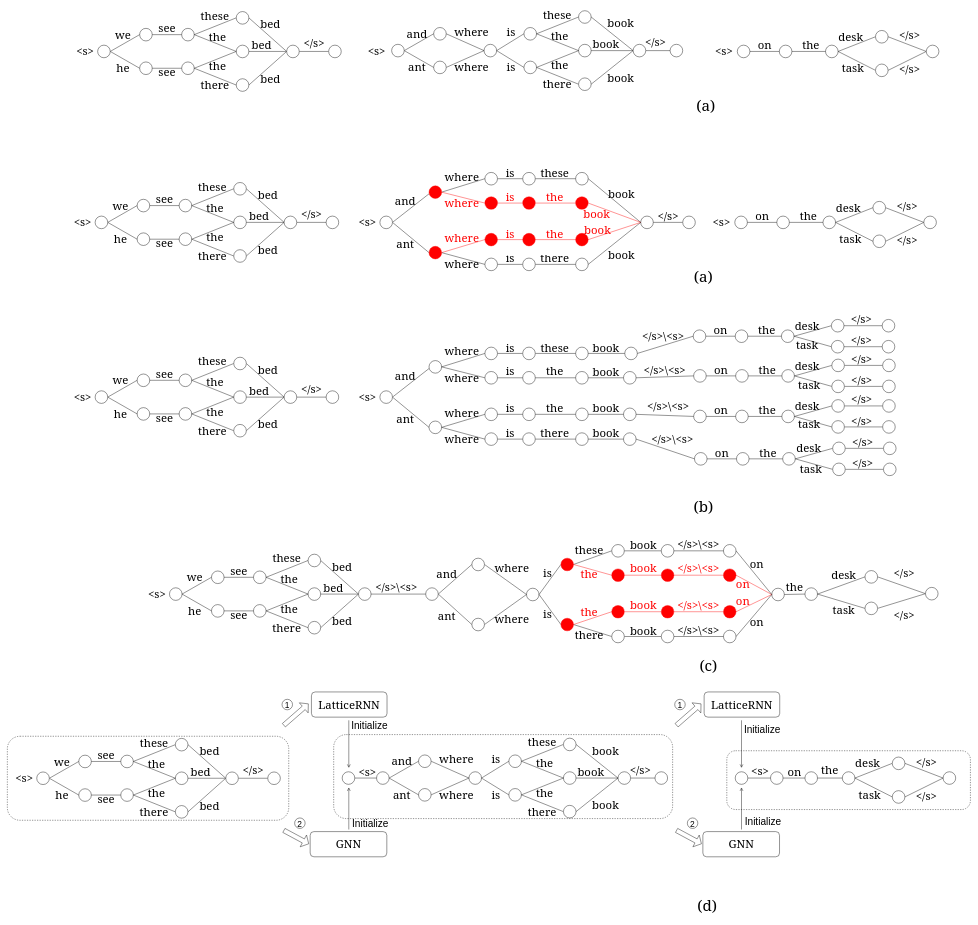
The draw.io diagram figures/Cross-Utterance LM based Lattice Rescoring.drawio in AmourWaltz/OtherProjects, before the edit. Source tidied: cells renumbered, new cells numbered last; positions are measured from the earlier drawing's top-left corner, leaving out a move shared by most shapes. Both pictures are drawn from the tidied source at 42%, with x=0, y=0 at pixel (7, 10).
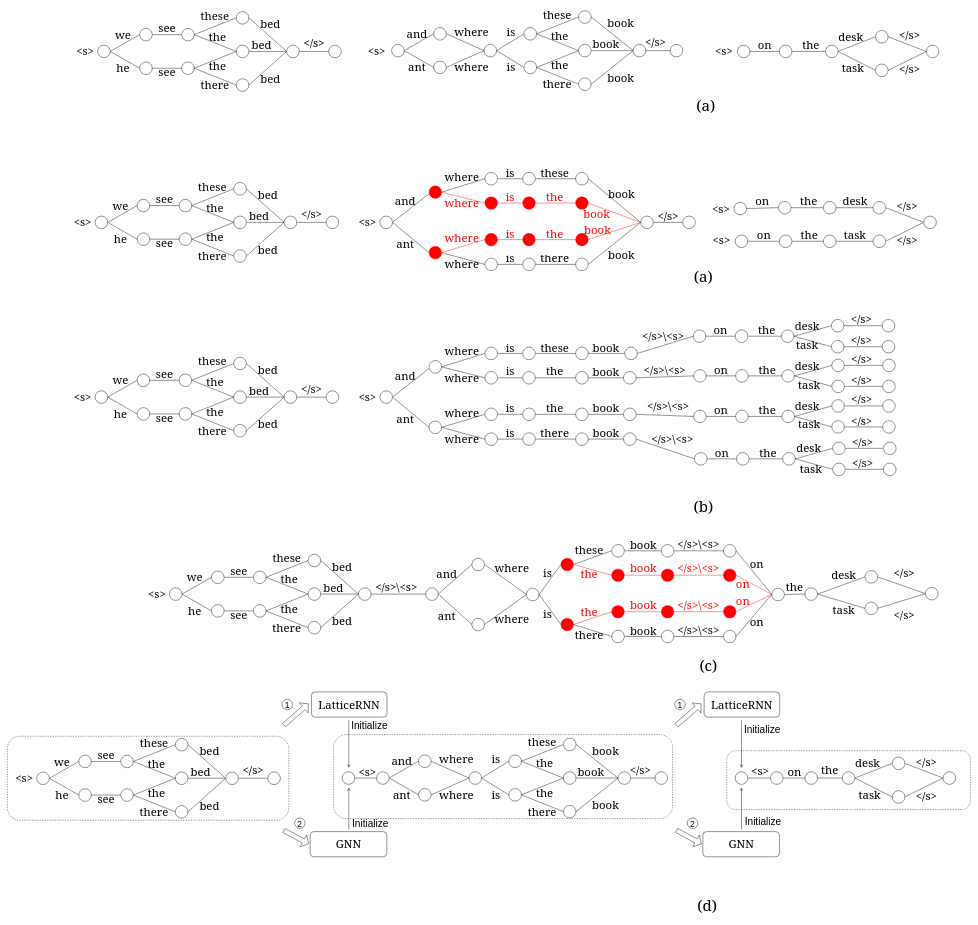
The same diagram, later.

Unchanged cells that the change refers to:
```xml
<mxCell id="52" style="ellipse;whiteSpace=wrap;html=1;" parent="1" vertex="1">
  <mxGeometry x="2061" y="534" width="30" height="30" as="geometry" />
</mxCell>
```

Diff of the diagram source:
```diff
@@
+    <mxCell id="622" style="edgeStyle=none;rounded=0;jettySize=auto;html=1;exitX=1;exitY=0.5;exitDx=0;exitDy=0;entryX=0;entryY=0.5;entryDx=0;entryDy=0;fontColor=#000000;endArrow=none;endFill=0;strokeColor=#000000;" parent="1" edge="1" source="627" target="624">
+      <mxGeometry relative="1" as="geometry" />
+    </mxCell>
     <mxCell id="42" style="ellipse;whiteSpace=wrap;html=1;fontColor=#FF0000;fillColor=none;strokeColor=#000000;" parent="1" vertex="1">
-      <mxGeometry x="1732" y="489" width="30" height="30" as="geometry" />
+      <mxGeometry x="1730" y="456" width="30" height="30" as="geometry" />
     </mxCell>
@@
     <mxCell id="45" style="ellipse;whiteSpace=wrap;html=1;fontColor=#FF0000;fillColor=none;strokeColor=#000000;" parent="1" vertex="1">
-      <mxGeometry x="1832" y="489" width="30" height="30" as="geometry" />
+      <mxGeometry x="1836" y="454" width="30" height="30" as="geometry" />
     </mxCell>
@@
-    <mxCell id="47" style="edgeStyle=none;rounded=0;jettySize=auto;html=1;exitX=1;exitY=0.5;exitDx=0;exitDy=0;entryX=0;entryY=0.5;entryDx=0;entryDy=0;fontSize=18;endArrow=none;endFill=0;" parent="1" edge="1" source="48" target="52">
+    <mxCell id="47" style="edgeStyle=none;rounded=0;jettySize=auto;html=1;exitX=1;exitY=0.5;exitDx=0;exitDy=0;entryX=0;entryY=0.5;entryDx=0;entryDy=0;fontSize=18;endArrow=none;endFill=0;" parent="1" edge="1" source="625" target="52">
       <mxGeometry relative="1" as="geometry" />
     </mxCell>
     <mxCell id="48" style="ellipse;whiteSpace=wrap;html=1;fontColor=#FF0000;fillColor=none;strokeColor=#000000;" parent="1" vertex="1">
-      <mxGeometry x="1942" y="489" width="30" height="30" as="geometry" />
+      <mxGeometry x="1943" y="454" width="30" height="30" as="geometry" />
     </mxCell>
@@
     <mxCell id="54" value="&lt;font style=&quot;font-size: 27px&quot; face=&quot;Georgia&quot;&gt;on&lt;/font&gt;" style="text;html=1;align=center;verticalAlign=middle;strokeColor=none;fillColor=none;fontColor=#000000;" parent="1" vertex="1">
-      <mxGeometry x="1772" y="479" width="50" height="20" as="geometry" />
+      <mxGeometry x="1772" y="443" width="50" height="20" as="geometry" />
     </mxCell>
     <mxCell id="55" value="&lt;font style=&quot;font-size: 27px&quot; face=&quot;Georgia&quot;&gt;the&lt;/font&gt;" style="text;html=1;align=center;verticalAlign=middle;strokeColor=none;fillColor=none;fontColor=#000000;" parent="1" vertex="1">
-      <mxGeometry x="1882" y="479" width="50" height="20" as="geometry" />
+      <mxGeometry x="1883" y="443" width="50" height="20" as="geometry" />
     </mxCell>
     <mxCell id="56" value="&lt;font style=&quot;font-size: 27px&quot; face=&quot;Georgia&quot;&gt;desk&lt;/font&gt;" style="text;html=1;align=center;verticalAlign=middle;strokeColor=none;fillColor=none;" parent="1" vertex="1">
-      <mxGeometry x="1967" y="459" width="70" height="20" as="geometry" />
+      <mxGeometry x="1983" y="443" width="70" height="20" as="geometry" />
     </mxCell>
     <mxCell id="57" value="&lt;font style=&quot;font-size: 27px&quot; face=&quot;Georgia&quot;&gt;task&lt;/font&gt;" style="text;html=1;align=center;verticalAlign=middle;strokeColor=none;fillColor=none;" parent="1" vertex="1">
-      <mxGeometry x="1977" y="534" width="60" height="20" as="geometry" />
+      <mxGeometry x="1988" y="524" width="60" height="20" as="geometry" />
     </mxCell>
@@
     <mxCell id="60" value="&lt;font style=&quot;font-size: 27px&quot; face=&quot;Georgia&quot;&gt;&amp;lt;s&amp;gt;&lt;/font&gt;" style="text;html=1;align=center;verticalAlign=middle;strokeColor=none;fillColor=none;" parent="1" vertex="1">
-      <mxGeometry x="1670" y="492" width="60" height="20" as="geometry" />
+      <mxGeometry x="1669" y="461" width="60" height="20" as="geometry" />
     </mxCell>
@@
+    <mxCell id="623" style="edgeStyle=none;rounded=0;jettySize=auto;html=1;exitX=1;exitY=0.5;exitDx=0;exitDy=0;entryX=0;entryY=0.5;entryDx=0;entryDy=0;fontColor=#000000;endArrow=none;endFill=0;strokeColor=#000000;" parent="1" edge="1" source="624" target="625">
+      <mxGeometry relative="1" as="geometry" />
+    </mxCell>
+    <mxCell id="624" style="ellipse;whiteSpace=wrap;html=1;fontColor=#FF0000;fillColor=none;strokeColor=#000000;" parent="1" vertex="1">
+      <mxGeometry x="1838" y="534" width="30" height="30" as="geometry" />
+    </mxCell>
+    <mxCell id="625" style="ellipse;whiteSpace=wrap;html=1;fontColor=#FF0000;fillColor=none;strokeColor=#000000;" parent="1" vertex="1">
+      <mxGeometry x="1943" y="534" width="30" height="30" as="geometry" />
+    </mxCell>
+    <mxCell id="626" value="&lt;font style=&quot;font-size: 27px&quot; face=&quot;Georgia&quot;&gt;the&lt;/font&gt;" style="text;html=1;align=center;verticalAlign=middle;strokeColor=none;fillColor=none;fontColor=#000000;" parent="1" vertex="1">
+      <mxGeometry x="1884" y="524" width="50" height="20" as="geometry" />
+    </mxCell>
+    <mxCell id="627" style="ellipse;whiteSpace=wrap;html=1;fontColor=#FF0000;fillColor=none;strokeColor=#000000;" parent="1" vertex="1">
+      <mxGeometry x="1733" y="534" width="30" height="30" as="geometry" />
+    </mxCell>
+    <mxCell id="628" value="&lt;font style=&quot;font-size: 27px&quot; face=&quot;Georgia&quot;&gt;&amp;lt;s&amp;gt;&lt;/font&gt;" style="text;html=1;align=center;verticalAlign=middle;strokeColor=none;fillColor=none;" parent="1" vertex="1">
+      <mxGeometry x="1670" y="536" width="60" height="20" as="geometry" />
+    </mxCell>
+    <mxCell id="629" value="&lt;font style=&quot;font-size: 27px&quot; face=&quot;Georgia&quot;&gt;on&lt;/font&gt;" style="text;html=1;align=center;verticalAlign=middle;strokeColor=none;fillColor=none;fontColor=#000000;" parent="1" vertex="1">
+      <mxGeometry x="1776" y="524" width="50" height="20" as="geometry" />
+    </mxCell>
```
